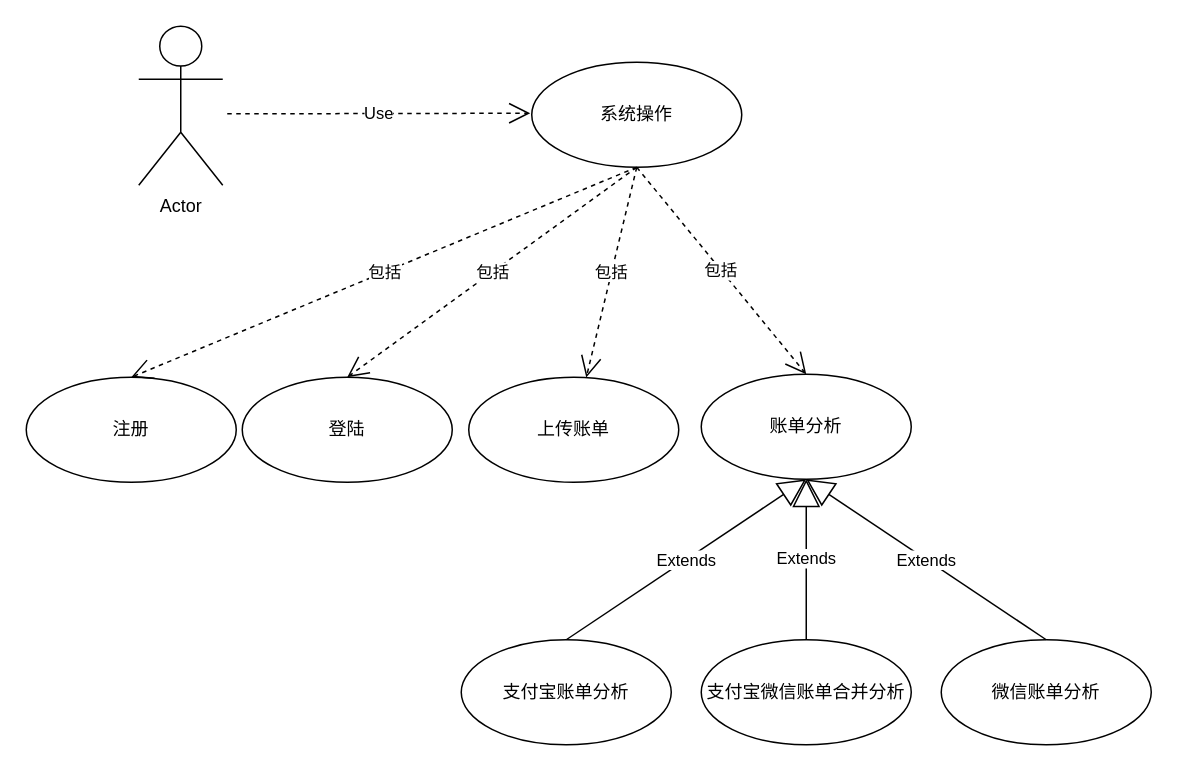
Earlier version of the draw.io diagram software.drawio (happy-lx/drawio). Source tidied: cells renumbered, new cells numbered last; positions are measured from the earlier drawing's top-left corner, leaving out a move shared by most shapes. Both pictures are drawn from the tidied source at 150%, with x=0, y=0 at pixel (26, 26).
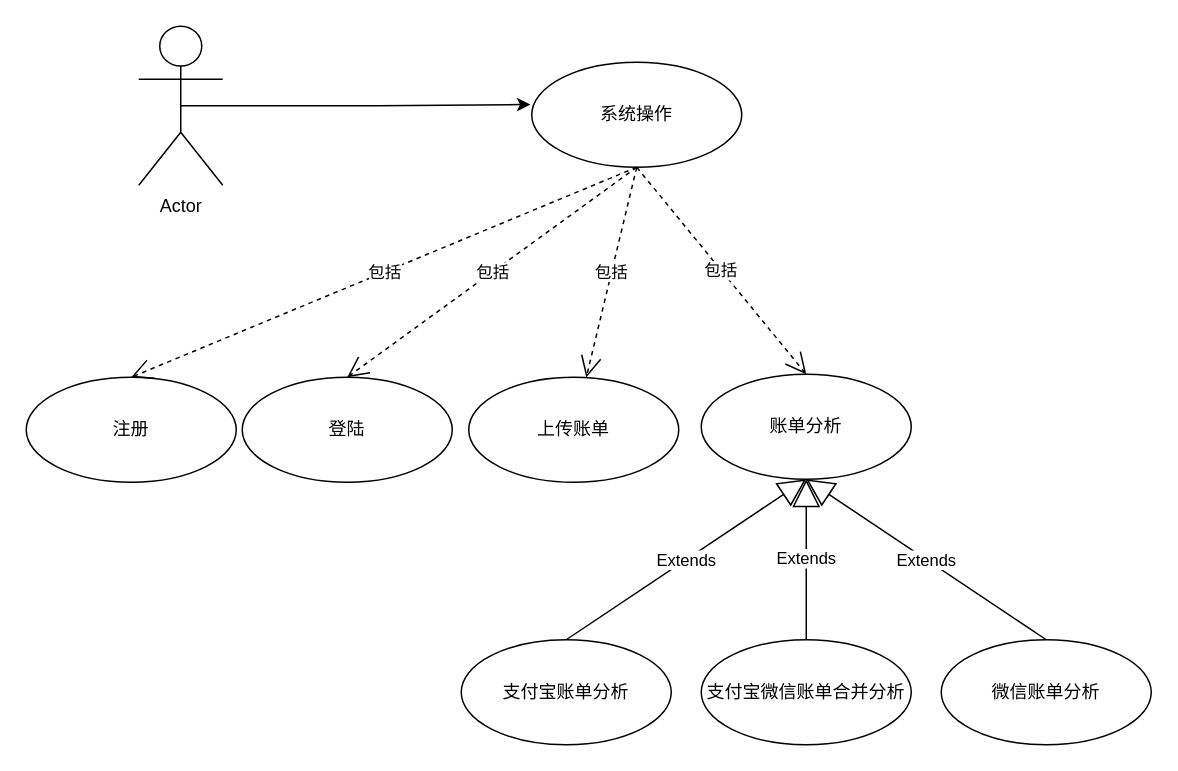
The same page after the edit.

The edit, as a diff of the source:
```diff
@@
 <mxGraphModel>
   <root>
     <mxCell id="0" />
     <mxCell id="1" parent="0" />
+    <mxCell id="19" style="edgeStyle=orthogonalEdgeStyle;rounded=0;jettySize=auto;html=1;exitX=0.5;exitY=0.5;exitDx=0;exitDy=0;exitPerimeter=0;entryX=-0.006;entryY=0.402;entryDx=0;entryDy=0;entryPerimeter=0;" parent="1" edge="1" source="2" target="8">
+      <mxGeometry relative="1" as="geometry" />
+    </mxCell>
     <mxCell id="2" value="Actor" style="shape=umlActor;verticalLabelPosition=bottom;verticalAlign=top;html=1;" parent="1" vertex="1">
       <mxGeometry x="75" width="56" height="106" as="geometry" />
     </mxCell>
     <mxCell id="3" value="登陆" style="ellipse;whiteSpace=wrap;html=1;" parent="1" vertex="1">
       <mxGeometry x="144" y="234" width="140" height="70" as="geometry" />
     </mxCell>
     <mxCell id="4" value="注册" style="ellipse;whiteSpace=wrap;html=1;" parent="1" vertex="1">
       <mxGeometry y="234" width="140" height="70" as="geometry" />
     </mxCell>
     <mxCell id="5" value="账单分析" style="ellipse;whiteSpace=wrap;html=1;" parent="1" vertex="1">
       <mxGeometry x="450" y="232" width="140" height="70" as="geometry" />
     </mxCell>
     <mxCell id="6" value="上传账单" style="ellipse;whiteSpace=wrap;html=1;" parent="1" vertex="1">
       <mxGeometry x="295" y="234" width="140" height="70" as="geometry" />
     </mxCell>
     <mxCell id="7" value="微信账单分析" style="ellipse;whiteSpace=wrap;html=1;fillColor=default;gradientColor=none;" parent="1" vertex="1">
       <mxGeometry x="610" y="409" width="140" height="70" as="geometry" />
     </mxCell>
     <mxCell id="8" value="系统操作" style="ellipse;whiteSpace=wrap;html=1;" parent="1" vertex="1">
       <mxGeometry x="337" y="24" width="140" height="70" as="geometry" />
     </mxCell>
     <mxCell id="9" value="支付宝账单分析" style="ellipse;whiteSpace=wrap;html=1;" parent="1" vertex="1">
       <mxGeometry x="290" y="409" width="140" height="70" as="geometry" />
     </mxCell>
     <mxCell id="10" value="支付宝微信账单合并分析" style="ellipse;whiteSpace=wrap;html=1;" parent="1" vertex="1">
       <mxGeometry x="450" y="409" width="140" height="70" as="geometry" />
     </mxCell>
-    <mxCell id="11" value="Use" style="endArrow=open;endSize=12;dashed=1;html=1;rounded=0;" parent="1" edge="1">
-      <mxGeometry relative="1" as="geometry">
-        <mxPoint x="134" y="58.4" as="sourcePoint" />
-        <mxPoint x="336" y="58" as="targetPoint" />
-      </mxGeometry>
-    </mxCell>
     <mxCell id="12" value="Extends" style="endArrow=block;endSize=16;endFill=0;html=1;rounded=0;exitX=0.5;exitY=0;exitDx=0;exitDy=0;entryX=0.5;entryY=1;entryDx=0;entryDy=0;" parent="1" edge="1" source="9" target="5">
       <mxGeometry relative="1" as="geometry" />
     </mxCell>
     <mxCell id="13" value="Extends" style="endArrow=block;endSize=16;endFill=0;html=1;rounded=0;exitX=0.5;exitY=0;exitDx=0;exitDy=0;entryX=0.5;entryY=1;entryDx=0;entryDy=0;" parent="1" edge="1" source="7" target="5">
       <mxGeometry relative="1" as="geometry" />
     </mxCell>
     <mxCell id="14" value="Extends" style="endArrow=block;endSize=16;endFill=0;html=1;rounded=0;" parent="1" edge="1" source="10" target="5">
       <mxGeometry relative="1" as="geometry" />
     </mxCell>
     <mxCell id="15" value="包括" style="endArrow=open;endSize=12;dashed=1;html=1;rounded=0;exitX=0.5;exitY=1;exitDx=0;exitDy=0;entryX=0.5;entryY=0;entryDx=0;entryDy=0;" parent="1" edge="1" source="8" target="3">
       <mxGeometry relative="1" as="geometry" />
     </mxCell>
     <mxCell id="16" value="包括" style="endArrow=open;endSize=12;dashed=1;html=1;rounded=0;exitX=0.5;exitY=1;exitDx=0;exitDy=0;" parent="1" edge="1" source="8" target="6">
       <mxGeometry relative="1" as="geometry" />
     </mxCell>
     <mxCell id="17" value="包括" style="endArrow=open;endSize=12;dashed=1;html=1;rounded=0;exitX=0.5;exitY=1;exitDx=0;exitDy=0;entryX=0.5;entryY=0;entryDx=0;entryDy=0;" parent="1" edge="1" source="8" target="5">
       <mxGeometry relative="1" as="geometry" />
     </mxCell>
     <mxCell id="18" value="包括" style="endArrow=open;endSize=12;dashed=1;html=1;rounded=0;exitX=0.5;exitY=1;exitDx=0;exitDy=0;entryX=0.5;entryY=0;entryDx=0;entryDy=0;" parent="1" edge="1" source="8" target="4">
       <mxGeometry relative="1" as="geometry" />
     </mxCell>
   </root>
 </mxGraphModel>
```
